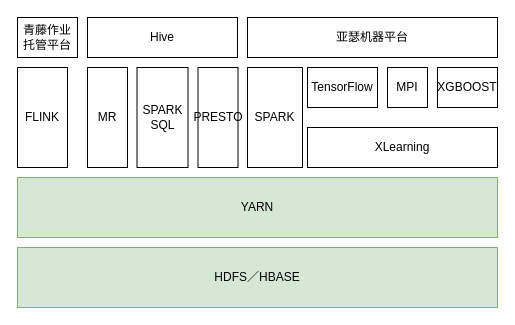
sandflee/dhtrobot keeps this draw.io diagram as YARN-ARCH.drawio. Above is the earlier version. Source tidied: cells renumbered, new cells numbered last; positions are measured from the earlier drawing's top-left corner, leaving out a move shared by most shapes. Both pictures are drawn from the tidied source at 100%, with x=0, y=0 at pixel (17, 17).
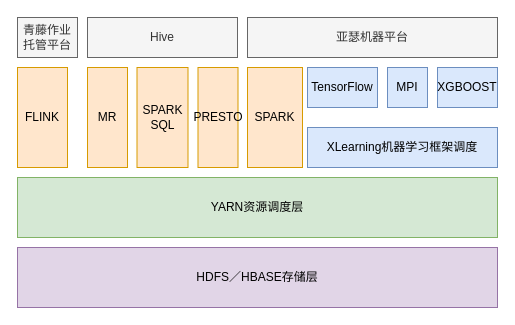
Above is the later version.

Change to the diagram source:
```diff
@@
 <mxGraphModel>
   <root>
     <mxCell id="0" />
     <mxCell id="1" parent="0" />
-    <mxCell id="2" value="HDFS／HBASE" style="rounded=0;whiteSpace=wrap;html=1;fillColor=#d5e8d4;strokeColor=#82b366;" parent="1" vertex="1">
+    <mxCell id="2" value="HDFS／HBASE存储层" style="rounded=0;whiteSpace=wrap;html=1;fillColor=#e1d5e7;strokeColor=#9673a6;" parent="1" vertex="1">
       <mxGeometry y="230" width="480" height="60" as="geometry" />
     </mxCell>
-    <mxCell id="3" value="YARN" style="rounded=0;whiteSpace=wrap;html=1;fillColor=#d5e8d4;strokeColor=#82b366;" parent="1" vertex="1">
+    <mxCell id="3" value="YARN资源调度层" style="rounded=0;whiteSpace=wrap;html=1;fillColor=#d5e8d4;strokeColor=#82b366;" parent="1" vertex="1">
       <mxGeometry y="160" width="480" height="60" as="geometry" />
     </mxCell>
-    <mxCell id="4" value="MR" style="rounded=0;whiteSpace=wrap;html=1;" parent="1" vertex="1">
+    <mxCell id="4" value="MR" style="rounded=0;whiteSpace=wrap;html=1;fillColor=#ffe6cc;strokeColor=#d79b00;" parent="1" vertex="1">
       <mxGeometry x="70" y="50" width="40" height="100" as="geometry" />
     </mxCell>
-    <mxCell id="5" value="FLINK" style="rounded=0;whiteSpace=wrap;html=1;" parent="1" vertex="1">
+    <mxCell id="5" value="FLINK" style="rounded=0;whiteSpace=wrap;html=1;fillColor=#ffe6cc;strokeColor=#d79b00;" parent="1" vertex="1">
       <mxGeometry y="50" width="50" height="100" as="geometry" />
     </mxCell>
-    <mxCell id="6" value="SPARK" style="rounded=0;whiteSpace=wrap;html=1;" parent="1" vertex="1">
+    <mxCell id="6" value="SPARK" style="rounded=0;whiteSpace=wrap;html=1;fillColor=#ffe6cc;strokeColor=#d79b00;" parent="1" vertex="1">
       <mxGeometry x="230" y="50" width="55" height="100" as="geometry" />
     </mxCell>
-    <mxCell id="7" value="XLearning" style="rounded=0;whiteSpace=wrap;html=1;" parent="1" vertex="1">
+    <mxCell id="7" value="XLearning机器学习框架调度" style="rounded=0;whiteSpace=wrap;html=1;fillColor=#dae8fc;strokeColor=#6c8ebf;" parent="1" vertex="1">
       <mxGeometry x="290" y="110" width="190" height="40" as="geometry" />
     </mxCell>
-    <mxCell id="8" value="TensorFlow" style="rounded=0;whiteSpace=wrap;html=1;" parent="1" vertex="1">
+    <mxCell id="8" value="TensorFlow" style="rounded=0;whiteSpace=wrap;html=1;fillColor=#dae8fc;strokeColor=#6c8ebf;" parent="1" vertex="1">
       <mxGeometry x="290" y="50" width="70" height="40" as="geometry" />
     </mxCell>
-    <mxCell id="9" value="MPI" style="rounded=0;whiteSpace=wrap;html=1;" parent="1" vertex="1">
+    <mxCell id="9" value="MPI" style="rounded=0;whiteSpace=wrap;html=1;fillColor=#dae8fc;strokeColor=#6c8ebf;" parent="1" vertex="1">
       <mxGeometry x="370" y="50" width="40" height="40" as="geometry" />
     </mxCell>
-    <mxCell id="10" value="XGBOOST" style="rounded=0;whiteSpace=wrap;html=1;" parent="1" vertex="1">
+    <mxCell id="10" value="XGBOOST" style="rounded=0;whiteSpace=wrap;html=1;fillColor=#dae8fc;strokeColor=#6c8ebf;" parent="1" vertex="1">
       <mxGeometry x="420" y="50" width="60" height="40" as="geometry" />
     </mxCell>
-    <mxCell id="11" value="SPARK&lt;br&gt;SQL" style="rounded=0;whiteSpace=wrap;html=1;" parent="1" vertex="1">
+    <mxCell id="11" value="SPARK&lt;br&gt;SQL" style="rounded=0;whiteSpace=wrap;html=1;fillColor=#ffe6cc;strokeColor=#d79b00;" parent="1" vertex="1">
       <mxGeometry x="119.5" y="50" width="51" height="100" as="geometry" />
     </mxCell>
-    <mxCell id="12" value="亚瑟机器平台" style="rounded=0;whiteSpace=wrap;html=1;" parent="1" vertex="1">
+    <mxCell id="12" value="亚瑟机器平台" style="rounded=0;whiteSpace=wrap;html=1;fillColor=#f5f5f5;strokeColor=#666666;fontColor=#333333;" parent="1" vertex="1">
       <mxGeometry x="230" width="250" height="40" as="geometry" />
     </mxCell>
-    <mxCell id="13" value="Hive" style="rounded=0;whiteSpace=wrap;html=1;" parent="1" vertex="1">
+    <mxCell id="13" value="Hive" style="rounded=0;whiteSpace=wrap;html=1;fillColor=#f5f5f5;strokeColor=#666666;fontColor=#333333;" parent="1" vertex="1">
       <mxGeometry x="70" width="150" height="40" as="geometry" />
     </mxCell>
-    <mxCell id="14" value="青藤作业托管平台" style="rounded=0;whiteSpace=wrap;html=1;" parent="1" vertex="1">
+    <mxCell id="14" value="青藤作业托管平台" style="rounded=0;whiteSpace=wrap;html=1;fillColor=#f5f5f5;strokeColor=#666666;fontColor=#333333;" parent="1" vertex="1">
       <mxGeometry width="60" height="40" as="geometry" />
     </mxCell>
-    <mxCell id="15" value="PRESTO" style="rounded=0;whiteSpace=wrap;html=1;" parent="1" vertex="1">
+    <mxCell id="15" value="PRESTO" style="rounded=0;whiteSpace=wrap;html=1;fillColor=#ffe6cc;strokeColor=#d79b00;" parent="1" vertex="1">
       <mxGeometry x="180.5" y="50" width="40" height="100" as="geometry" />
     </mxCell>
   </root>
 </mxGraphModel>
```
